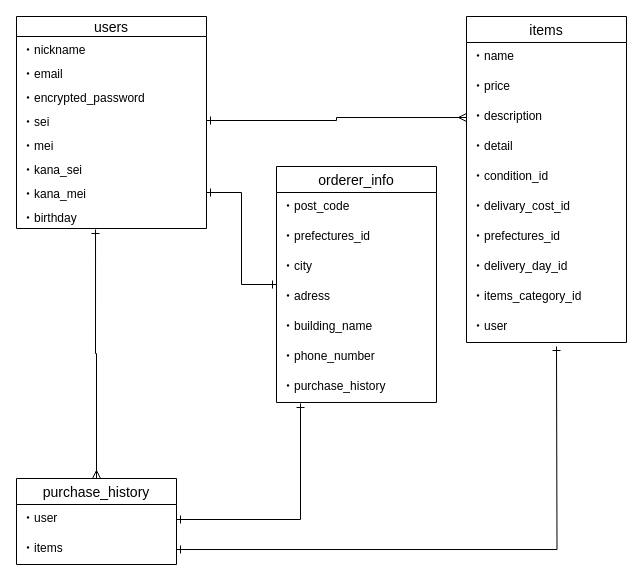
IshigeU/furima-32338 keeps this draw.io diagram as ER.dio. Above is the earlier version. Source tidied: cells renumbered, new cells numbered last; positions are measured from the earlier drawing's top-left corner, leaving out a move shared by most shapes. Both pictures are drawn from the tidied source at 100%, with x=0, y=0 at pixel (16, 16).
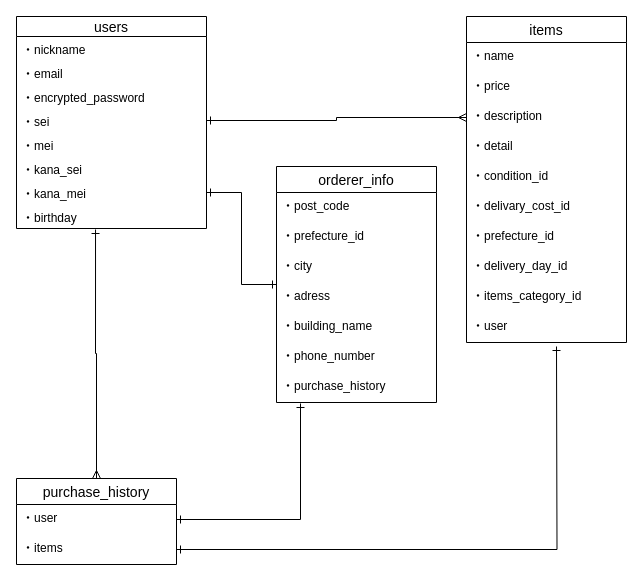
Above is the later version.

Commit message (it also covers changes not shown here):
ER図およびREADMEの記述修正④

The change refers to these unchanged cells:
```xml
<mxCell id="12" value="items" style="swimlane;fontStyle=0;horizontal=1;startSize=26;align=center;fontSize=14;" parent="1" vertex="1">
  <mxGeometry x="450" width="160" height="326" as="geometry" />
</mxCell>
<mxCell id="24" value="orderer_info" style="swimlane;fontStyle=0;horizontal=1;startSize=26;align=center;fontSize=14;" parent="1" vertex="1">
  <mxGeometry x="260" y="150" width="160" height="236" as="geometry" />
</mxCell>
```

Change to the diagram source:
```diff
@@
-    <mxCell id="19" value="・prefectures_id&#10;" style="text;strokeColor=none;fillColor=none;spacingLeft=4;spacingRight=4;overflow=hidden;fontSize=12;" parent="12" vertex="1">
+    <mxCell id="19" value="・prefecture_id&#10;" style="text;strokeColor=none;fillColor=none;spacingLeft=4;spacingRight=4;overflow=hidden;fontSize=12;" parent="12" vertex="1">
       <mxGeometry y="206" width="160" height="30" as="geometry" />
     </mxCell>
@@
-    <mxCell id="26" value="・prefectures_id" style="text;strokeColor=none;fillColor=none;spacingLeft=4;spacingRight=4;overflow=hidden;fontSize=12;" parent="24" vertex="1">
+    <mxCell id="26" value="・prefecture_id" style="text;strokeColor=none;fillColor=none;spacingLeft=4;spacingRight=4;overflow=hidden;fontSize=12;" parent="24" vertex="1">
       <mxGeometry y="56" width="160" height="30" as="geometry" />
     </mxCell>
```
